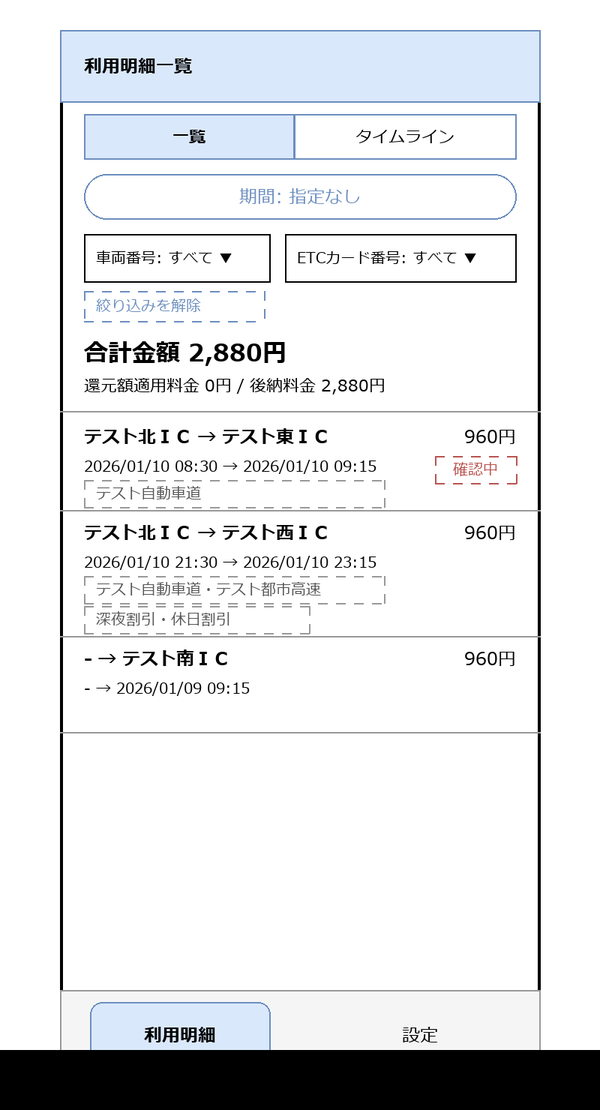
The draw.io diagram docs/systems/screens/images/SCR-002-statement-list.drawio.png in hnt1028/etc-meisai, before a commit. Source tidied: cells renumbered, new cells last; positions are measured from the earlier drawing's top-left corner, leaving out a move shared by most shapes.
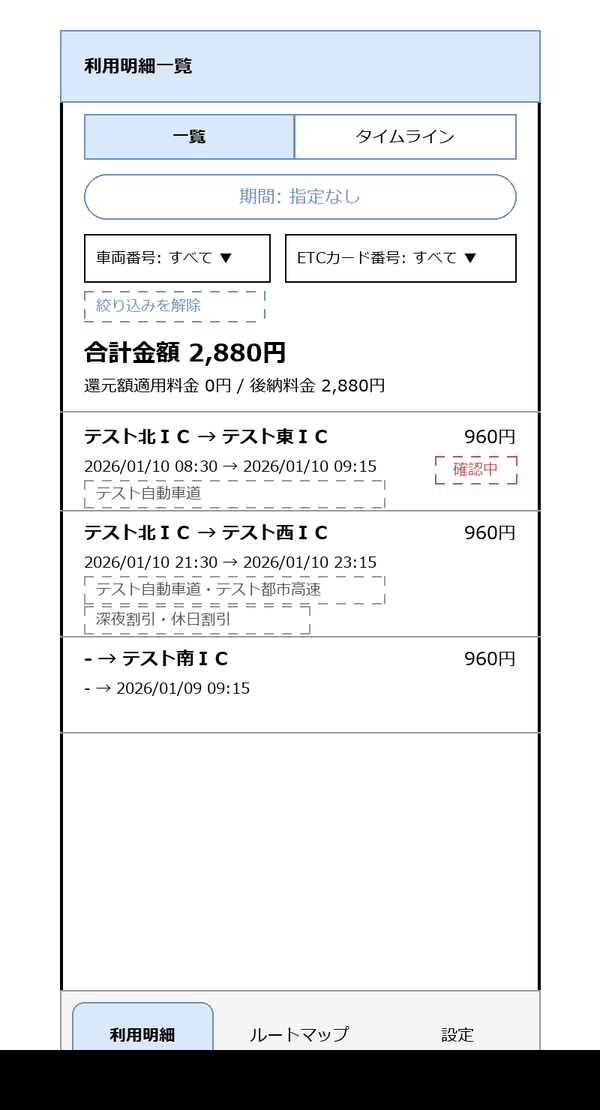
After the change.

The edit, as a diff of the source:
```diff
@@ -98,11 +98,14 @@
     <mxCell id="29" style="rounded=0;whiteSpace=wrap;html=1;fillColor=#f5f5f5;strokeColor=#999999;" parent="1" vertex="1">
       <mxGeometry y="640" width="320" height="60" as="geometry" />
     </mxCell>
-    <mxCell id="30" value="利用明細" style="rounded=1;whiteSpace=wrap;html=1;arcSize=40;fillColor=#dae8fc;strokeColor=#6c8ebf;fontStyle=1;" parent="1" vertex="1">
-      <mxGeometry x="20" y="648" width="120" height="44" as="geometry" />
+    <mxCell id="30" value="利用明細" style="rounded=1;whiteSpace=wrap;html=1;arcSize=40;fontSize=11;fillColor=#dae8fc;strokeColor=#6c8ebf;fontStyle=1;" parent="1" vertex="1">
+      <mxGeometry x="8" y="648" width="94" height="44" as="geometry" />
     </mxCell>
-    <mxCell id="31" value="設定" style="rounded=1;whiteSpace=wrap;html=1;arcSize=40;fillColor=none;strokeColor=#f5f5f5;" parent="1" vertex="1">
-      <mxGeometry x="180" y="648" width="120" height="44" as="geometry" />
+    <mxCell id="31" value="ルートマップ" style="rounded=1;whiteSpace=wrap;html=1;arcSize=40;fontSize=11;fillColor=none;strokeColor=#f5f5f5;" parent="1" vertex="1">
+      <mxGeometry x="113" y="648" width="94" height="44" as="geometry" />
     </mxCell>
+    <mxCell id="32" value="設定" style="rounded=1;whiteSpace=wrap;html=1;arcSize=40;fontSize=11;fillColor=none;strokeColor=#f5f5f5;" parent="1" vertex="1">
+      <mxGeometry x="218" y="648" width="94" height="44" as="geometry" />
+    </mxCell>
   </root>
 </mxGraphModel>
```
